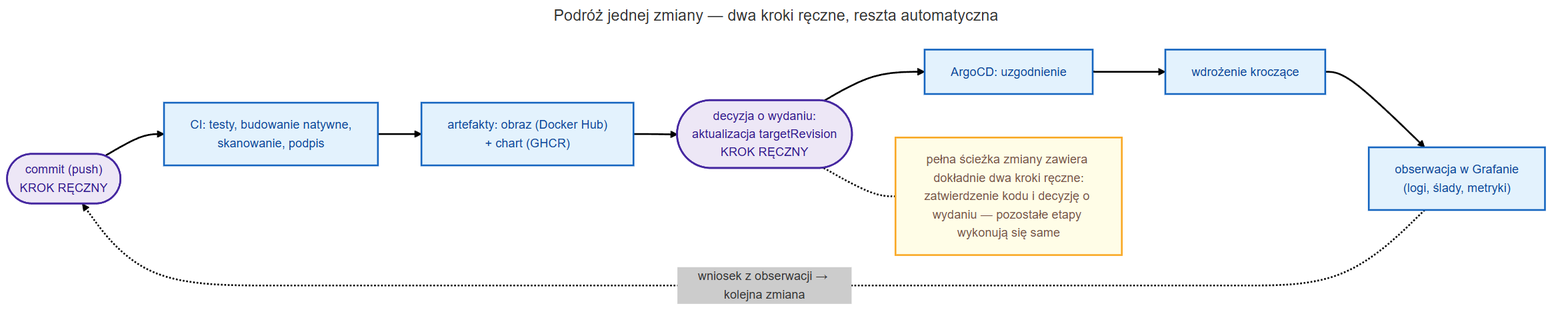
Before: thesis/img/diagrams/10-podsumowanie/podsumowanie-02-value-stream.png, a diagram exported from Mermaid (mwas-inz/bsc-devops). Its source is kept beside it as docs/diagrams/10-podsumowanie/podsumowanie-02-value-stream.mmd.
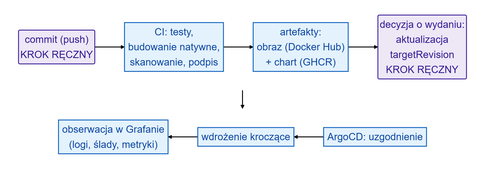
After the commit.

What changed in the source:
```diff
@@ -1,26 +1,36 @@
 ---
-title: Podróż jednej zmiany — dwa kroki ręczne, reszta automatyczna
 config:
   theme: neo
+  themeVariables:
+    fontSize: 22px
+  flowchart:
+    nodeSpacing: 30
+    rankSpacing: 40
+    padding: 4
+    diagramPadding: 8
+    wrappingWidth: 600
 ---
-flowchart LR
-    commit(["commit (push)<br/>KROK RĘCZNY"])
-    ci["CI: testy, budowanie natywne,<br/>skanowanie, podpis"]
-    art["artefakty: obraz (Docker Hub)<br/>+ chart (GHCR)"]
-    bump(["decyzja o wydaniu:<br/>aktualizacja targetRevision<br/>KROK RĘCZNY"])
-    rec["ArgoCD: uzgodnienie"]
-    roll["wdrożenie kroczące"]
-    tele["obserwacja w Grafanie<br/>(logi, ślady, metryki)"]
-
-    commit --> ci --> art --> bump --> rec --> roll --> tele
-    tele -.->|"wniosek z obserwacji → kolejna zmiana"| commit
-
-    note["pełna ścieżka zmiany zawiera dokładnie dwa kroki ręczne:<br/>zatwierdzenie kodu i decyzję o wydaniu — pozostałe etapy wykonują się same"]
-    bump -.- note
+flowchart TB
+    subgraph r1[" "]
+        direction LR
+        commit("commit (push)<br/>KROK RĘCZNY")
+        ci["CI: testy,<br/>budowanie natywne,<br/>skanowanie, podpis"]
+        art["artefakty:<br/>obraz (Docker Hub)<br/>+ chart (GHCR)"]
+        bump("decyzja o wydaniu:<br/>aktualizacja<br/>targetRevision<br/>KROK RĘCZNY")
+        commit --> ci --> art --> bump
+    end
+    subgraph r2[" "]
+        direction RL
+        rec["ArgoCD: uzgodnienie"]
+        roll["wdrożenie kroczące"]
+        tele["obserwacja w Grafanie<br/>(logi, ślady, metryki)"]
+        rec --> roll --> tele
+    end
+    bump --> rec
 
     classDef auto fill:#e3f2fd,stroke:#1565c0,color:#0d47a1;
     classDef manual fill:#ede7f6,stroke:#4527a0,color:#311b92;
-    classDef notec fill:#fffde7,stroke:#f9a825,color:#795548;
+    classDef row fill:none,stroke:none;
     class ci,art,rec,roll,tele auto;
     class commit,bump manual;
-    class note notec;
+    class r1,r2 row;
```
